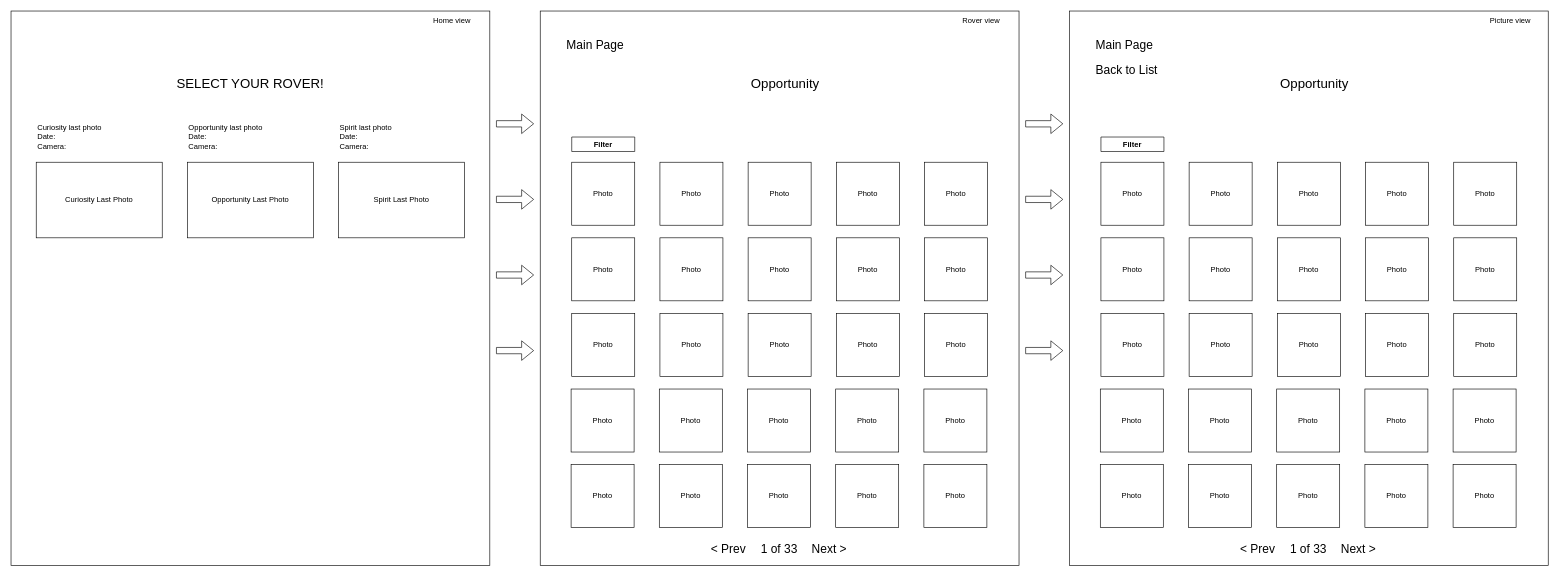
Above: draftView.drawio in gonzalo-s/rover (draw.io), before the change. Source tidied: cells renumbered, new cells numbered last; positions are measured from the earlier drawing's top-left corner, leaving out a move shared by most shapes. Both pictures are drawn from the tidied source at 63%, with x=0, y=0 at pixel (11, 11).
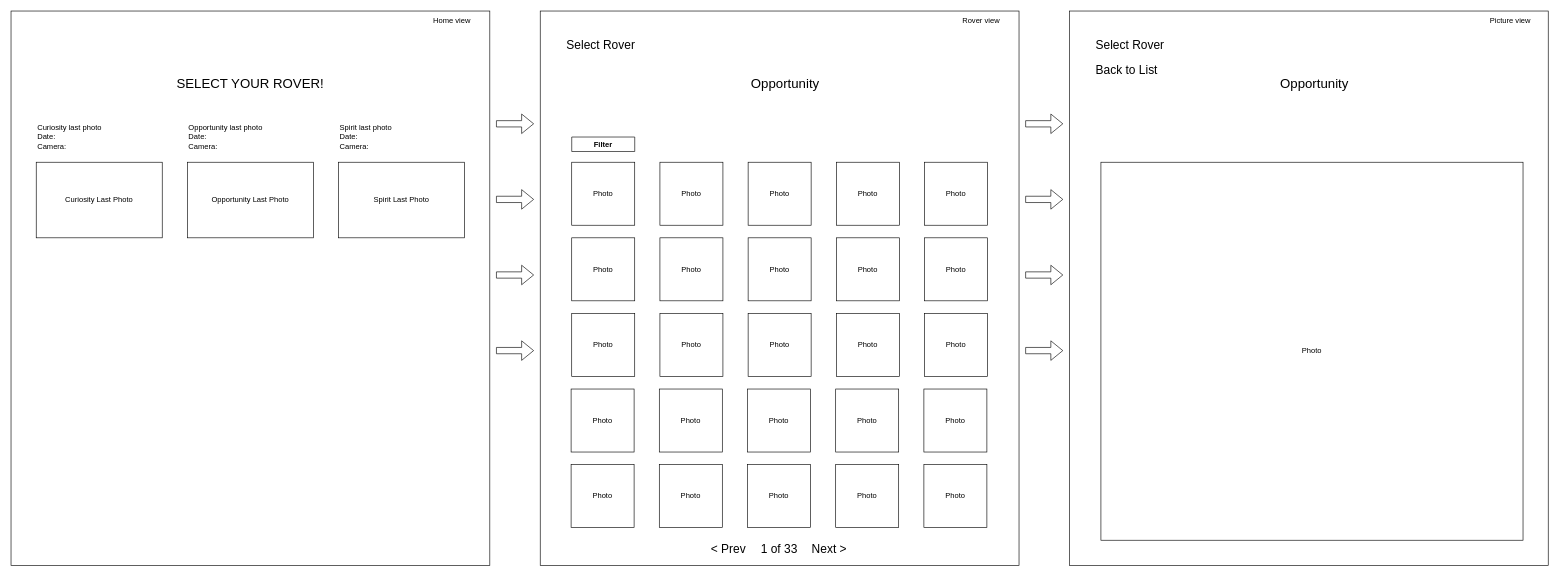
The same diagram, later.

What changed in the source:
```diff
@@
-    <mxCell id="43" value="Main Page" style="text;html=1;strokeColor=none;fillColor=none;align=left;verticalAlign=middle;whiteSpace=wrap;rounded=0;fontSize=19;" parent="1" vertex="1">
+    <mxCell id="43" value="Select Rover" style="text;html=1;strokeColor=none;fillColor=none;align=left;verticalAlign=middle;whiteSpace=wrap;rounded=0;fontSize=19;" parent="1" vertex="1">
       <mxGeometry x="880" y="40" width="120" height="30" as="geometry" />
     </mxCell>
@@
     <mxCell id="49" value="Photo" style="rounded=0;whiteSpace=wrap;html=1;" parent="1" vertex="1">
-      <mxGeometry x="1730" y="240" width="100" height="100" as="geometry" />
+      <mxGeometry x="1730" y="240" width="670" height="600" as="geometry" />
     </mxCell>
@@
-    <mxCell id="56" value="Photo" style="rounded=0;whiteSpace=wrap;html=1;" parent="1" vertex="1">
-      <mxGeometry x="1870" y="240" width="100" height="100" as="geometry" />
-    </mxCell>
-    <mxCell id="57" value="Photo" style="rounded=0;whiteSpace=wrap;html=1;" parent="1" vertex="1">
-      <mxGeometry x="2010" y="240" width="100" height="100" as="geometry" />
-    </mxCell>
-    <mxCell id="58" value="Photo" style="rounded=0;whiteSpace=wrap;html=1;" parent="1" vertex="1">
-      <mxGeometry x="2150" y="240" width="100" height="100" as="geometry" />
-    </mxCell>
-    <mxCell id="59" value="Photo" style="rounded=0;whiteSpace=wrap;html=1;" parent="1" vertex="1">
-      <mxGeometry x="2290" y="240" width="100" height="100" as="geometry" />
-    </mxCell>
-    <mxCell id="60" value="Photo" style="rounded=0;whiteSpace=wrap;html=1;" parent="1" vertex="1">
-      <mxGeometry x="1730" y="360" width="100" height="100" as="geometry" />
-    </mxCell>
-    <mxCell id="61" value="Photo" style="rounded=0;whiteSpace=wrap;html=1;" parent="1" vertex="1">
-      <mxGeometry x="1870" y="360" width="100" height="100" as="geometry" />
-    </mxCell>
-    <mxCell id="62" value="Photo" style="rounded=0;whiteSpace=wrap;html=1;" parent="1" vertex="1">
-      <mxGeometry x="2010" y="360" width="100" height="100" as="geometry" />
-    </mxCell>
-    <mxCell id="63" value="Photo" style="rounded=0;whiteSpace=wrap;html=1;" parent="1" vertex="1">
-      <mxGeometry x="2150" y="360" width="100" height="100" as="geometry" />
-    </mxCell>
-    <mxCell id="64" value="Photo" style="rounded=0;whiteSpace=wrap;html=1;" parent="1" vertex="1">
-      <mxGeometry x="2290" y="360" width="100" height="100" as="geometry" />
-    </mxCell>
-    <mxCell id="65" value="Photo" style="rounded=0;whiteSpace=wrap;html=1;" parent="1" vertex="1">
-      <mxGeometry x="1730" y="480" width="100" height="100" as="geometry" />
-    </mxCell>
-    <mxCell id="66" value="Photo" style="rounded=0;whiteSpace=wrap;html=1;" parent="1" vertex="1">
-      <mxGeometry x="1870" y="480" width="100" height="100" as="geometry" />
-    </mxCell>
-    <mxCell id="67" value="Photo" style="rounded=0;whiteSpace=wrap;html=1;" parent="1" vertex="1">
-      <mxGeometry x="2010" y="480" width="100" height="100" as="geometry" />
-    </mxCell>
-    <mxCell id="68" value="Photo" style="rounded=0;whiteSpace=wrap;html=1;" parent="1" vertex="1">
-      <mxGeometry x="2150" y="480" width="100" height="100" as="geometry" />
-    </mxCell>
-    <mxCell id="69" value="Photo" style="rounded=0;whiteSpace=wrap;html=1;" parent="1" vertex="1">
-      <mxGeometry x="2290" y="480" width="100" height="100" as="geometry" />
-    </mxCell>
-    <mxCell id="70" value="Photo" style="rounded=0;whiteSpace=wrap;html=1;" parent="1" vertex="1">
-      <mxGeometry x="1729" y="600" width="100" height="100" as="geometry" />
-    </mxCell>
-    <mxCell id="71" value="Photo" style="rounded=0;whiteSpace=wrap;html=1;" parent="1" vertex="1">
-      <mxGeometry x="1869" y="600" width="100" height="100" as="geometry" />
-    </mxCell>
-    <mxCell id="72" value="Photo" style="rounded=0;whiteSpace=wrap;html=1;" parent="1" vertex="1">
-      <mxGeometry x="2009" y="600" width="100" height="100" as="geometry" />
-    </mxCell>
-    <mxCell id="73" value="Photo" style="rounded=0;whiteSpace=wrap;html=1;" parent="1" vertex="1">
-      <mxGeometry x="2149" y="600" width="100" height="100" as="geometry" />
-    </mxCell>
-    <mxCell id="74" value="Photo" style="rounded=0;whiteSpace=wrap;html=1;" parent="1" vertex="1">
-      <mxGeometry x="2289" y="600" width="100" height="100" as="geometry" />
-    </mxCell>
-    <mxCell id="75" value="Photo" style="rounded=0;whiteSpace=wrap;html=1;" parent="1" vertex="1">
-      <mxGeometry x="1729" y="720" width="100" height="100" as="geometry" />
-    </mxCell>
-    <mxCell id="76" value="Photo" style="rounded=0;whiteSpace=wrap;html=1;" parent="1" vertex="1">
-      <mxGeometry x="1869" y="720" width="100" height="100" as="geometry" />
-    </mxCell>
-    <mxCell id="77" value="Photo" style="rounded=0;whiteSpace=wrap;html=1;" parent="1" vertex="1">
-      <mxGeometry x="2009" y="720" width="100" height="100" as="geometry" />
-    </mxCell>
-    <mxCell id="78" value="Photo" style="rounded=0;whiteSpace=wrap;html=1;" parent="1" vertex="1">
-      <mxGeometry x="2149" y="720" width="100" height="100" as="geometry" />
-    </mxCell>
-    <mxCell id="79" value="Photo" style="rounded=0;whiteSpace=wrap;html=1;" parent="1" vertex="1">
-      <mxGeometry x="2289" y="720" width="100" height="100" as="geometry" />
-    </mxCell>
-    <mxCell id="80" value="Main Page" style="text;html=1;strokeColor=none;fillColor=none;align=left;verticalAlign=middle;whiteSpace=wrap;rounded=0;fontSize=19;" parent="1" vertex="1">
+    <mxCell id="80" value="Select Rover" style="text;html=1;strokeColor=none;fillColor=none;align=left;verticalAlign=middle;whiteSpace=wrap;rounded=0;fontSize=19;" parent="1" vertex="1">
       <mxGeometry x="1720" y="40" width="120" height="30" as="geometry" />
     </mxCell>
-    <mxCell id="81" value="Filter" style="swimlane;fontSize=12;" parent="1" vertex="1" collapsed="1">
-      <mxGeometry x="1730" y="200" width="100" height="23" as="geometry" />
-    </mxCell>
-    <mxCell id="82" value="1 of 33" style="text;html=1;strokeColor=none;fillColor=none;align=center;verticalAlign=middle;whiteSpace=wrap;rounded=0;fontSize=19;" parent="1" vertex="1">
-      <mxGeometry x="1998.5" y="840" width="121" height="30" as="geometry" />
-    </mxCell>
-    <mxCell id="83" value="Next &amp;gt;" style="text;html=1;strokeColor=none;fillColor=none;align=center;verticalAlign=middle;whiteSpace=wrap;rounded=0;fontSize=19;" parent="1" vertex="1">
-      <mxGeometry x="2109" y="840" width="60" height="30" as="geometry" />
-    </mxCell>
-    <mxCell id="84" value="&amp;lt; Prev" style="text;html=1;strokeColor=none;fillColor=none;align=center;verticalAlign=middle;whiteSpace=wrap;rounded=0;fontSize=19;" parent="1" vertex="1">
-      <mxGeometry x="1949" y="840" width="60" height="30" as="geometry" />
-    </mxCell>
```
